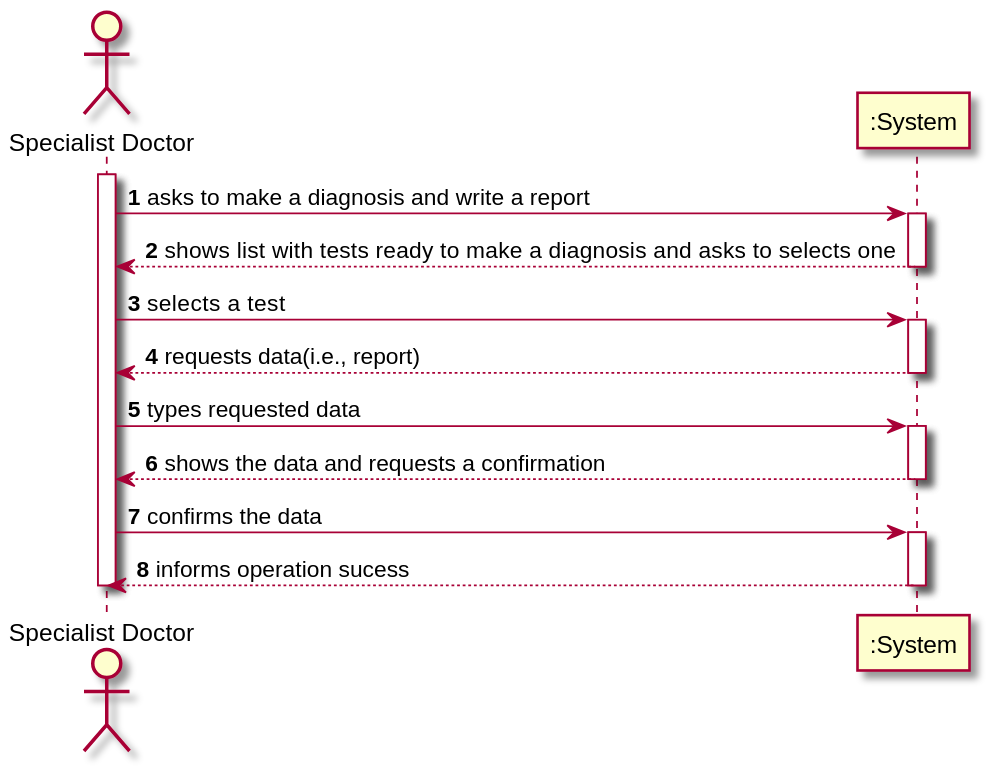
Earlier version of the PlantUML export docs/SprintC/US_14/US014_SSD.svg (ana-albergaria/LAPR2-ISEP).
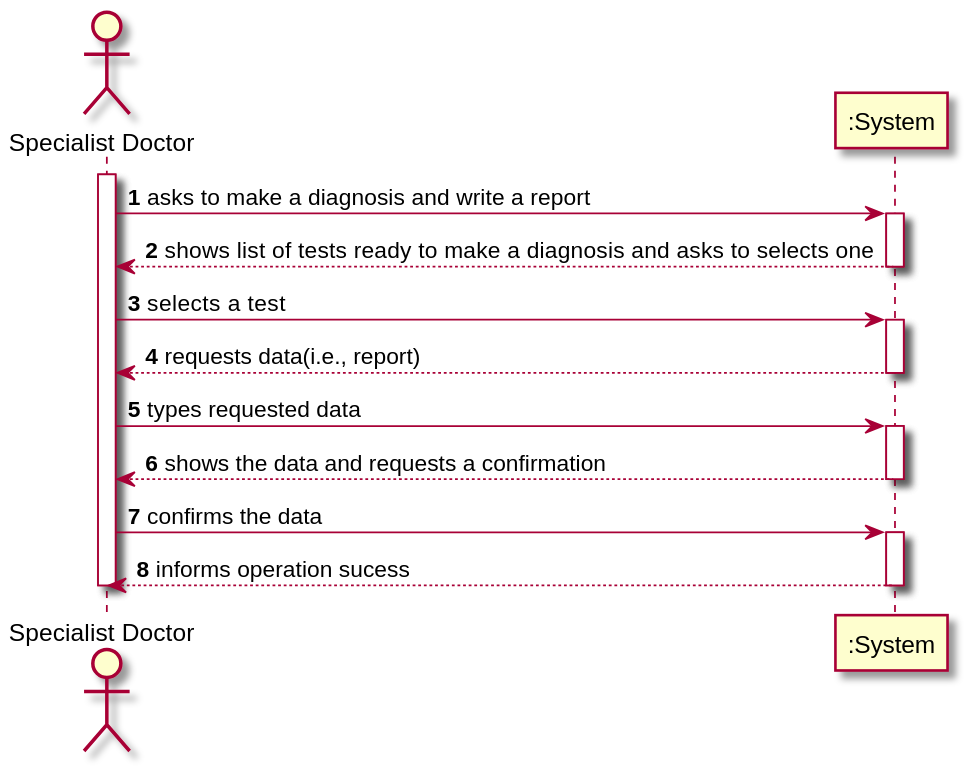
After the change.

Diff of the diagram source:
```diff
@@ -5,7 +5,7 @@
 activate SpDt
 SpDt-> ":System" : asks to make a diagnosis and write a report
 activate ":System"
-":System" --> SpDt : shows list with tests ready to make a diagnosis and asks to selects one
+":System" --> SpDt : shows list of tests ready to make a diagnosis and asks to selects one
 deactivate ":System"
 
 SpDt-> ":System" : selects a test
```
